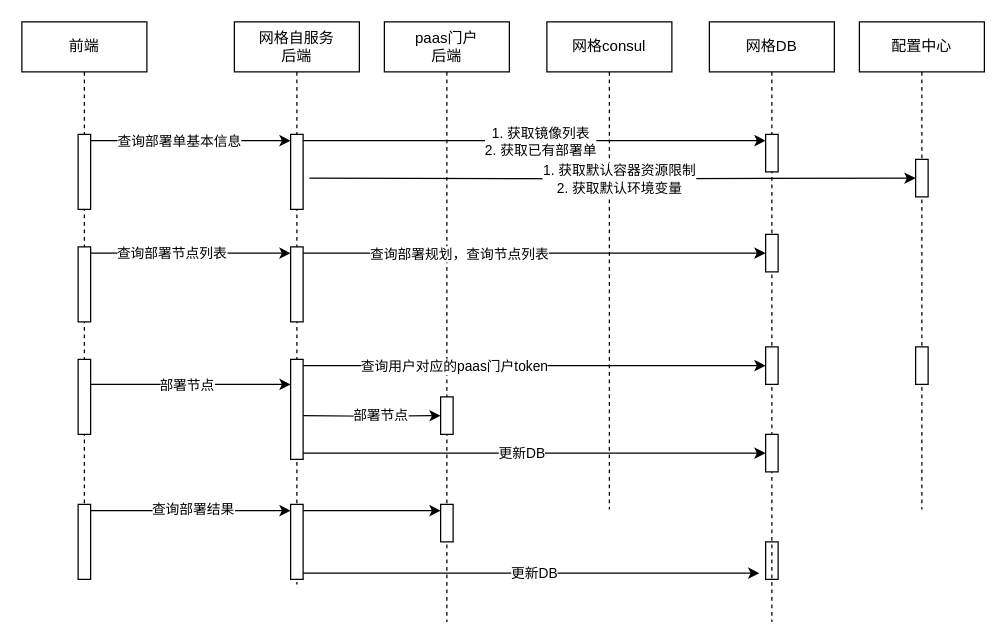
pbxnn/draw keeps this draw.io diagram as page "GW部署" (7 of 13) of 网格控制面增强.drawio. Above is the earlier version. Source tidied: cells renumbered, new cells numbered last; positions are measured from the earlier drawing's top-left corner, leaving out a move shared by most shapes. Both pictures are drawn from the tidied source at 125%, with x=0, y=0 at pixel (21, 21).
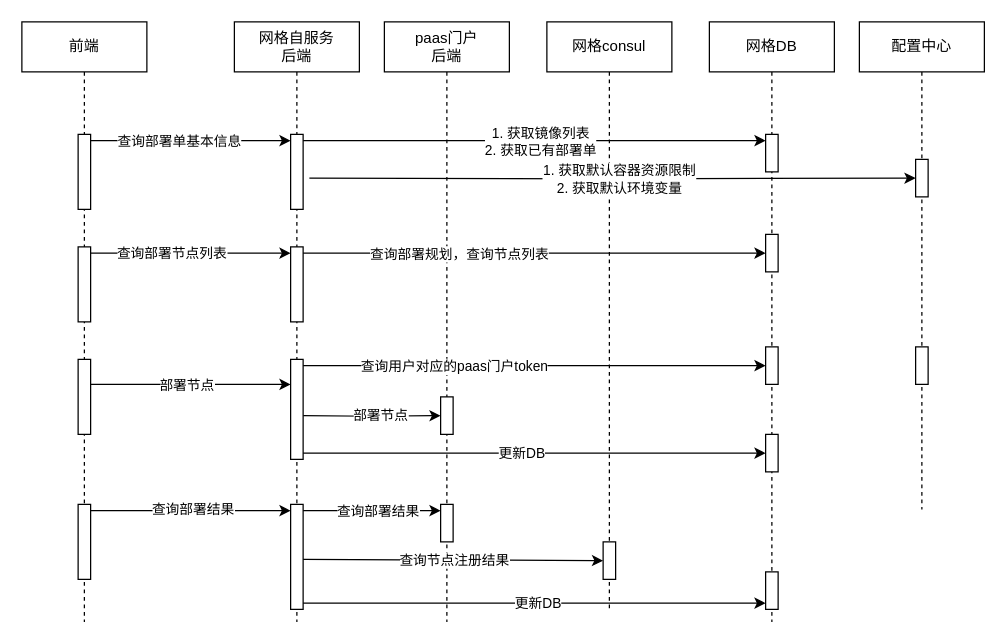
The same diagram, later.

Commit message (it also covers changes not shown here):
更新网格控制面增强.drawio

The change refers to these unchanged cells:
```xml
<mxCell id="20" style="edgeStyle=orthogonalEdgeStyle;rounded=0;jettySize=auto;html=1;curved=0;exitX=1;exitY=0;exitDx=0;exitDy=5;exitPerimeter=0;entryX=0;entryY=0;entryDx=0;entryDy=5;entryPerimeter=0;" parent="10" edge="1" source="15" target="14">
  <mxGeometry relative="1" as="geometry" />
</mxCell>
<mxCell id="25" value="网格DB" style="shape=umlLifeline;perimeter=lifelinePerimeter;whiteSpace=wrap;html=1;newEdgeStyle={&quot;edgeStyle&quot;:&quot;elbowEdgeStyle&quot;,&quot;elbow&quot;:&quot;vertical&quot;,&quot;curved&quot;:0,&quot;rounded&quot;:0};" parent="1" vertex="1">
  <mxGeometry x="550" width="100" height="480" as="geometry" />
</mxCell>
```

What changed in the source:
```diff
@@
     <mxCell id="6" value="网格自服务&lt;div&gt;后端&lt;/div&gt;" style="shape=umlLifeline;perimeter=lifelinePerimeter;whiteSpace=wrap;html=1;newEdgeStyle={&quot;edgeStyle&quot;:&quot;elbowEdgeStyle&quot;,&quot;elbow&quot;:&quot;vertical&quot;,&quot;curved&quot;:0,&quot;rounded&quot;:0};" parent="1" vertex="1">
-      <mxGeometry x="170" width="100" height="450" as="geometry" />
+      <mxGeometry x="170" width="100" height="480" as="geometry" />
     </mxCell>
@@
     <mxCell id="10" value="前端" style="shape=umlLifeline;perimeter=lifelinePerimeter;whiteSpace=wrap;html=1;newEdgeStyle={&quot;edgeStyle&quot;:&quot;elbowEdgeStyle&quot;,&quot;elbow&quot;:&quot;vertical&quot;,&quot;curved&quot;:0,&quot;rounded&quot;:0};" parent="1" vertex="1">
-      <mxGeometry width="100" height="446" as="geometry" />
+      <mxGeometry width="100" height="480" as="geometry" />
     </mxCell>
@@
     <mxCell id="15" style="html=1;points=[[0,0,0,0,5],[0,1,0,0,-5],[1,0,0,0,5],[1,1,0,0,-5]];perimeter=orthogonalPerimeter;outlineConnect=0;targetShapes=umlLifeline;portConstraint=eastwest;newEdgeStyle={&quot;curved&quot;:0,&quot;rounded&quot;:0};" parent="10" vertex="1">
-      <mxGeometry x="215" y="386" width="10" height="60" as="geometry" />
+      <mxGeometry x="215" y="386" width="10" height="84" as="geometry" />
     </mxCell>
@@
-    <mxCell id="17" style="html=1;perimeter=orthogonalPerimeter;targetShapes=umlLifeline;newEdgeStyle={&quot;curved&quot;:0,&quot;rounded&quot;:0};" parent="10" vertex="1">
-      <mxGeometry x="595" y="416" width="10" height="30" as="geometry" />
-    </mxCell>
@@
-    <mxCell id="21" style="edgeStyle=orthogonalEdgeStyle;rounded=0;jettySize=auto;html=1;curved=0;exitX=1;exitY=1;exitDx=0;exitDy=-5;exitPerimeter=0;" parent="10" edge="1" source="15">
-      <mxGeometry relative="1" as="geometry">
-        <mxPoint x="590" y="441" as="targetPoint" />
-      </mxGeometry>
-    </mxCell>
-    <mxCell id="22" value="更新DB" style="edgeLabel;html=1;align=center;verticalAlign=middle;" parent="21" vertex="1">
-      <mxGeometry x="0.01" y="1" relative="1" as="geometry" />
-    </mxCell>
+    <mxCell id="48" value="查询部署结果" style="edgeLabel;html=1;align=center;verticalAlign=middle;" parent="20" vertex="1">
+      <mxGeometry x="0.07" relative="1" as="geometry" />
+    </mxCell>
@@
+    <mxCell id="49" style="html=1;points=[[0,0,0,0,5],[0,1,0,0,-5],[1,0,0,0,5],[1,1,0,0,-5]];perimeter=orthogonalPerimeter;outlineConnect=0;targetShapes=umlLifeline;portConstraint=eastwest;newEdgeStyle={&quot;curved&quot;:0,&quot;rounded&quot;:0};" parent="25" vertex="1">
+      <mxGeometry x="45" y="440" width="10" height="30" as="geometry" />
+    </mxCell>
     <mxCell id="30" value="网格consul" style="shape=umlLifeline;perimeter=lifelinePerimeter;whiteSpace=wrap;html=1;newEdgeStyle={&quot;edgeStyle&quot;:&quot;elbowEdgeStyle&quot;,&quot;elbow&quot;:&quot;vertical&quot;,&quot;curved&quot;:0,&quot;rounded&quot;:0};" parent="1" vertex="1">
-      <mxGeometry x="420" width="100" height="390" as="geometry" />
+      <mxGeometry x="420" width="100" height="470" as="geometry" />
     </mxCell>
+    <mxCell id="50" style="html=1;points=[[0,0,0,0,5],[0,1,0,0,-5],[1,0,0,0,5],[1,1,0,0,-5]];perimeter=orthogonalPerimeter;outlineConnect=0;targetShapes=umlLifeline;portConstraint=eastwest;newEdgeStyle={&quot;curved&quot;:0,&quot;rounded&quot;:0};" parent="30" vertex="1">
+      <mxGeometry x="45" y="416" width="10" height="30" as="geometry" />
+    </mxCell>
@@
+    <mxCell id="21" style="edgeStyle=orthogonalEdgeStyle;rounded=0;jettySize=auto;html=1;curved=0;exitX=1;exitY=1;exitDx=0;exitDy=-5;exitPerimeter=0;entryX=0;entryY=1;entryDx=0;entryDy=-5;entryPerimeter=0;" parent="1" edge="1" source="15" target="49">
+      <mxGeometry relative="1" as="geometry" />
+    </mxCell>
+    <mxCell id="22" value="更新DB" style="edgeLabel;html=1;align=center;verticalAlign=middle;" parent="21" vertex="1">
+      <mxGeometry x="0.01" y="1" relative="1" as="geometry" />
+    </mxCell>
+    <mxCell id="51" style="edgeStyle=orthogonalEdgeStyle;rounded=0;jettySize=auto;html=1;curved=0;exitX=1;exitY=1;exitDx=0;exitDy=-5;exitPerimeter=0;" parent="1" edge="1" target="50">
+      <mxGeometry relative="1" as="geometry">
+        <mxPoint x="225" y="430" as="sourcePoint" />
+      </mxGeometry>
+    </mxCell>
+    <mxCell id="52" value="查询节点注册结果" style="edgeLabel;html=1;align=center;verticalAlign=middle;" parent="51" vertex="1">
+      <mxGeometry x="0.01" y="1" relative="1" as="geometry" />
+    </mxCell>
```
